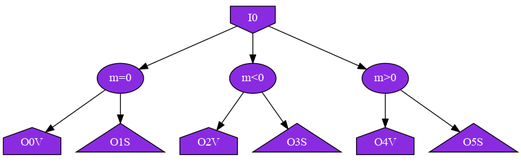
Above: Total Network.gv.png in williamnourse/SNS-Toolbox (Graphviz), before the change. Its source is kept beside it as Total Network.gv. Its diagram source:
```dot
digraph {
	0 [label="m=0" fillcolor=blueviolet fontcolor=white style=filled]
	1 [label="m<0" fillcolor=blueviolet fontcolor=white style=filled]
	2 [label="m>0" fillcolor=blueviolet fontcolor=white style=filled]
	In0 [label=I0 fillcolor=blueviolet fontcolor=white shape=invhouse style=filled]
	Out0 [label=O0V fillcolor=blueviolet fontcolor=white shape=house style=filled]
	Out1 [label=O1S fillcolor=blueviolet fontcolor=white shape=triangle style=filled]
	Out2 [label=O2V fillcolor=blueviolet fontcolor=white shape=house style=filled]
	Out3 [label=O3S fillcolor=blueviolet fontcolor=white shape=triangle style=filled]
	Out4 [label=O4V fillcolor=blueviolet fontcolor=white shape=house style=filled]
	Out5 [label=O5S fillcolor=blueviolet fontcolor=white shape=triangle style=filled]
	In0 -> 0
	In0 -> 1
	In0 -> 2
	0 -> Out0
	0 -> Out1
	1 -> Out2
	1 -> Out3
	2 -> Out4
	2 -> Out5
}
```
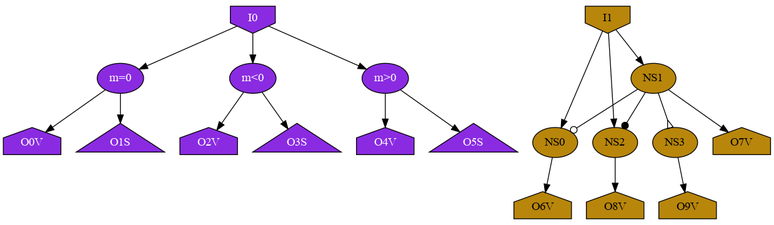
Later version of the same file.

What changed in the source:
```diff
@@ -18,4 +18,23 @@
 	1 -> Out3
 	2 -> Out4
 	2 -> Out5
+	3 [label=NS0 fillcolor=darkgoldenrod fontcolor=black style=filled]
+	4 [label=NS1 fillcolor=darkgoldenrod fontcolor=black style=filled]
+	5 [label=NS2 fillcolor=darkgoldenrod fontcolor=black style=filled]
+	6 [label=NS3 fillcolor=darkgoldenrod fontcolor=black style=filled]
+	In1 [label=I1 fillcolor=darkgoldenrod fontcolor=black shape=invhouse style=filled]
+	Out6 [label=O6V fillcolor=darkgoldenrod fontcolor=black shape=house style=filled]
+	Out7 [label=O7V fillcolor=darkgoldenrod fontcolor=black shape=house style=filled]
+	Out8 [label=O8V fillcolor=darkgoldenrod fontcolor=black shape=house style=filled]
+	Out9 [label=O9V fillcolor=darkgoldenrod fontcolor=black shape=house style=filled]
+	In1 -> 3
+	In1 -> 4
+	In1 -> 5
+	3 -> Out6
+	4 -> Out7
+	5 -> Out8
+	6 -> Out9
+	4 -> 3 [arrowhead=odot]
+	4 -> 5 [arrowhead=dot]
+	4 -> 6 [arrowhead=invempty]
 }
```
